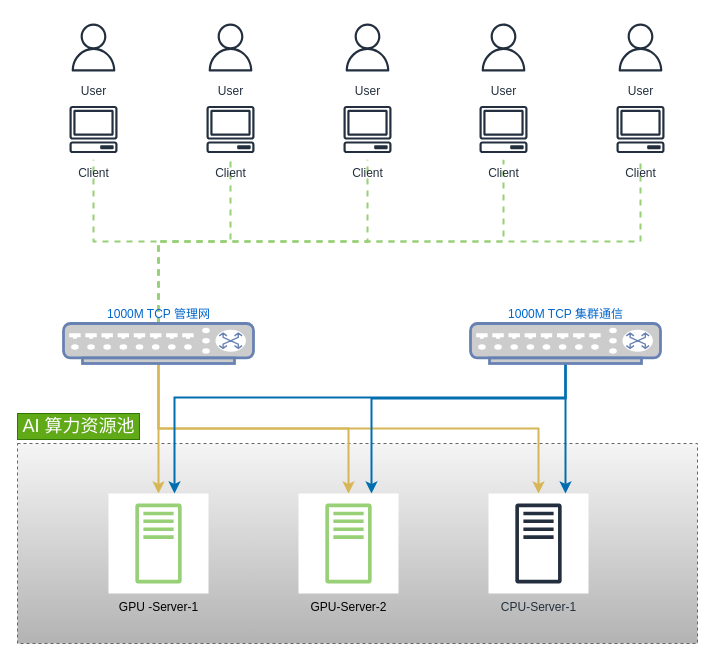
Marcustar/for_drawio keeps this draw.io diagram as gpu-server-gemini-topology.drawio. Above is the earlier version. Source tidied: cells renumbered, new cells numbered last; positions are measured from the earlier drawing's top-left corner, leaving out a move shared by most shapes. Both pictures are drawn from the tidied source at 100%, with x=0, y=0 at pixel (17, 17).
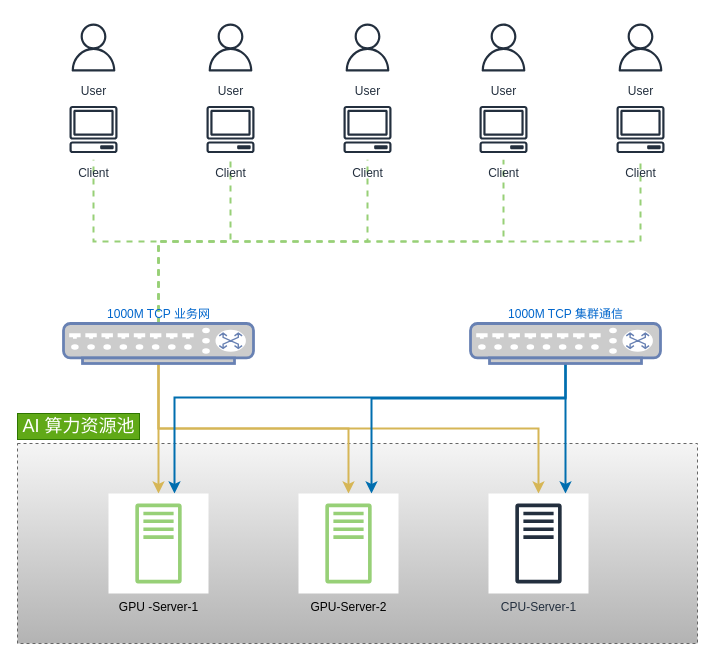
After the change.

What changed in the source:
```diff
@@
-    <mxCell id="11" value="1000M TCP 管理网" style="fontColor=#0066CC;verticalAlign=bottom;verticalLabelPosition=top;labelPosition=center;align=center;html=1;outlineConnect=0;fillColor=#CCCCCC;strokeColor=#6881B3;gradientColor=none;gradientDirection=north;strokeWidth=2;shape=mxgraph.networks.switch;" parent="1" vertex="1">
+    <mxCell id="11" value="1000M TCP 业务网" style="fontColor=#0066CC;verticalAlign=bottom;verticalLabelPosition=top;labelPosition=center;align=center;html=1;outlineConnect=0;fillColor=#CCCCCC;strokeColor=#6881B3;gradientColor=none;gradientDirection=north;strokeWidth=2;shape=mxgraph.networks.switch;" parent="1" vertex="1">
       <mxGeometry x="46" y="306" width="190" height="40" as="geometry" />
     </mxCell>
```
